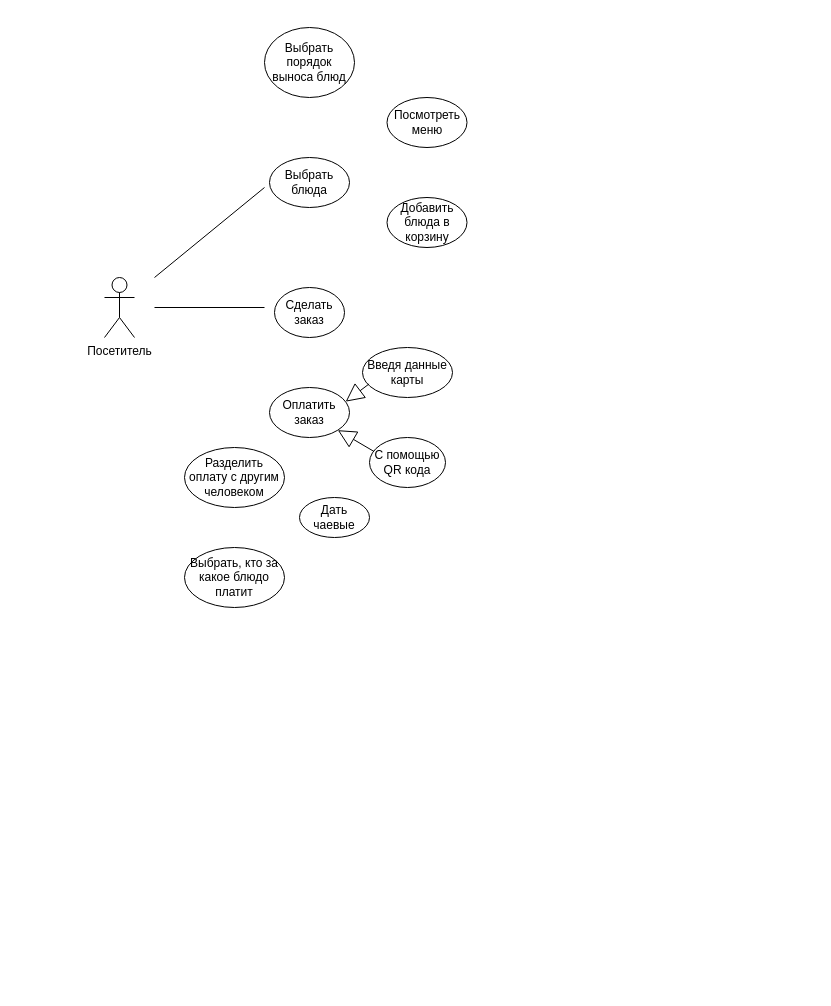
Earlier version of the draw.io diagram Диаграмма без названия.drawio (nikitaptl/works-Java-Kotlin). Source tidied: cells renumbered, new cells numbered last; positions are measured from the earlier drawing's top-left corner, leaving out a move shared by most shapes. Both pictures are drawn from the tidied source at 100%, with x=0, y=0 at pixel (104, 27).
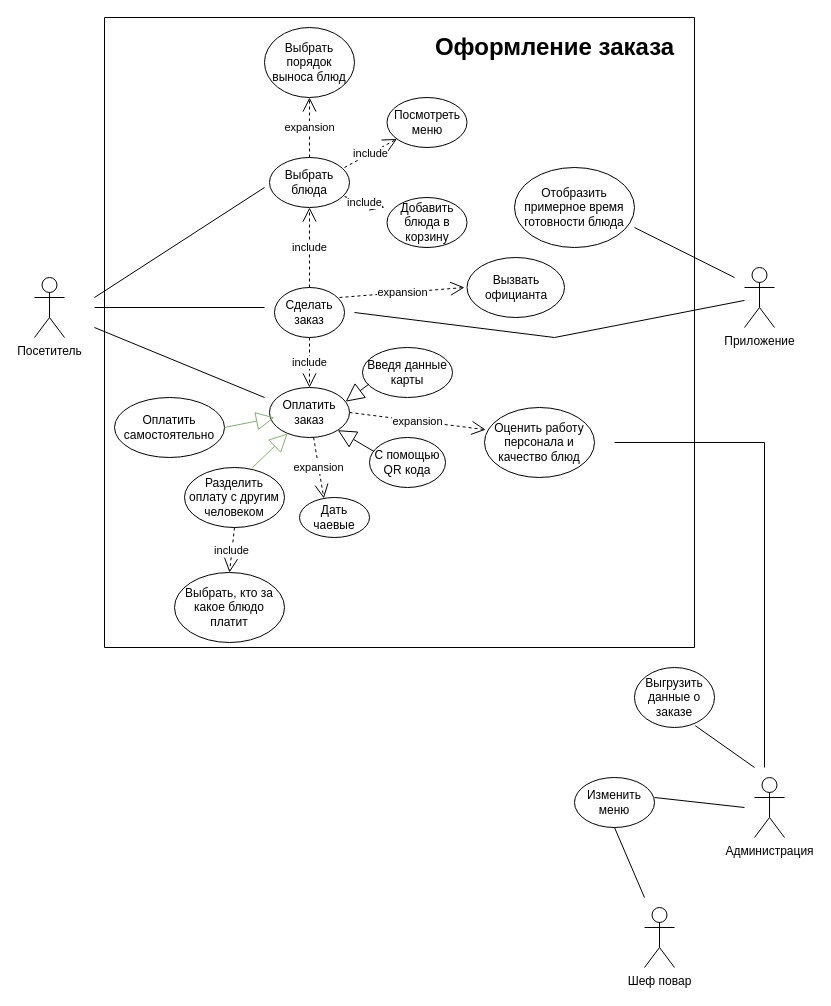
After the change.

Unchanged cells that the change refers to:
```xml
<mxCell id="3" value="Сделать заказ" style="ellipse;whiteSpace=wrap;html=1;" parent="1" vertex="1">
  <mxGeometry x="170" y="260" width="70" height="50" as="geometry" />
</mxCell>
<mxCell id="5" value="Посмотреть меню" style="ellipse;whiteSpace=wrap;html=1;" parent="1" vertex="1">
  <mxGeometry x="282.5" y="70" width="80" height="50" as="geometry" />
</mxCell>
<mxCell id="7" value="Выбрать блюда" style="ellipse;whiteSpace=wrap;html=1;" parent="1" vertex="1">
  <mxGeometry x="165" y="130" width="80" height="50" as="geometry" />
</mxCell>
<mxCell id="8" value="Добавить блюда в корзину" style="ellipse;whiteSpace=wrap;html=1;" parent="1" vertex="1">
  <mxGeometry x="282.5" y="170" width="80" height="50" as="geometry" />
</mxCell>
<mxCell id="9" value="Выбрать порядок выноса блюд" style="ellipse;whiteSpace=wrap;html=1;" parent="1" vertex="1">
  <mxGeometry x="160" width="90" height="70" as="geometry" />
</mxCell>
<mxCell id="10" value="Оплатить заказ" style="ellipse;whiteSpace=wrap;html=1;" parent="1" vertex="1">
  <mxGeometry x="165" y="360" width="80" height="50" as="geometry" />
</mxCell>
<mxCell id="15" value="Дать чаевые" style="ellipse;whiteSpace=wrap;html=1;" parent="1" vertex="1">
  <mxGeometry x="195" y="470" width="70" height="40" as="geometry" />
</mxCell>
```

Diff of the diagram source:
```diff
@@
     <mxCell id="2" value="Посетитель" style="shape=umlActor;verticalLabelPosition=bottom;verticalAlign=top;html=1;" parent="1" vertex="1">
-      <mxGeometry y="250" width="30" height="60" as="geometry" />
+      <mxGeometry x="-70" y="250" width="30" height="60" as="geometry" />
     </mxCell>
@@
     <mxCell id="4" style="endArrow=none;html=1;rounded=0;" parent="1" edge="1">
       <mxGeometry relative="1" as="geometry">
-        <mxPoint x="50" y="280" as="sourcePoint" />
+        <mxPoint x="-10" y="280" as="sourcePoint" />
         <mxPoint x="160" y="280" as="targetPoint" />
       </mxGeometry>
     </mxCell>
@@
     <mxCell id="6" style="endArrow=none;html=1;rounded=0;" parent="1" edge="1">
       <mxGeometry relative="1" as="geometry">
-        <mxPoint x="50" y="250" as="sourcePoint" />
+        <mxPoint x="-10" y="270" as="sourcePoint" />
         <mxPoint x="160" y="160" as="targetPoint" />
       </mxGeometry>
     </mxCell>
@@
     <mxCell id="16" value="Разделить оплату с другим человеком" style="ellipse;whiteSpace=wrap;html=1;" parent="1" vertex="1">
-      <mxGeometry x="80" y="420" width="100" height="60" as="geometry" />
+      <mxGeometry x="80" y="440" width="100" height="60" as="geometry" />
     </mxCell>
     <mxCell id="17" value="Выбрать, кто за какое блюдо платит" style="ellipse;whiteSpace=wrap;html=1;" parent="1" vertex="1">
-      <mxGeometry x="80" y="520" width="100" height="60" as="geometry" />
+      <mxGeometry x="70" y="545" width="110" height="70" as="geometry" />
     </mxCell>
+    <mxCell id="18" value="Вызвать официанта" style="ellipse;whiteSpace=wrap;html=1;" parent="1" vertex="1">
+      <mxGeometry x="362.5" y="230" width="97.5" height="60" as="geometry" />
+    </mxCell>
+    <mxCell id="19" value="Оценить работу персонала и качество блюд" style="ellipse;whiteSpace=wrap;html=1;" parent="1" vertex="1">
+      <mxGeometry x="380" y="380" width="110" height="70" as="geometry" />
+    </mxCell>
+    <mxCell id="20" style="verticalLabelPosition=bottom;verticalAlign=top;html=1;shape=mxgraph.basic.rect;fillColor2=none;strokeWidth=1;size=20;indent=5;opacity=0;" parent="1" vertex="1">
+      <mxGeometry y="20" width="120" height="60" as="geometry" />
+    </mxCell>
+    <mxCell id="21" style="endArrow=none;html=1;rounded=0;" parent="1" edge="1">
+      <mxGeometry relative="1" as="geometry">
+        <mxPoint x="-10" y="300" as="sourcePoint" />
+        <mxPoint x="160" y="370" as="targetPoint" />
+      </mxGeometry>
+    </mxCell>
+    <mxCell id="22" value="include" style="endArrow=open;endSize=12;dashed=1;html=1;rounded=0;exitX=0.5;exitY=1;exitDx=0;exitDy=0;" parent="1" edge="1" source="3" target="10">
+      <mxGeometry relative="1" as="geometry" />
+    </mxCell>
+    <mxCell id="23" value="include" style="endArrow=open;endSize=12;dashed=1;html=1;rounded=0;entryX=0.5;entryY=1;entryDx=0;entryDy=0;exitX=0.5;exitY=0;exitDx=0;exitDy=0;" parent="1" edge="1" source="3" target="7">
+      <mxGeometry relative="1" as="geometry" />
+    </mxCell>
+    <mxCell id="24" value="expansion" style="endArrow=open;endSize=12;dashed=1;html=1;rounded=0;entryX=0.5;entryY=1;entryDx=0;entryDy=0;exitX=0.5;exitY=0;exitDx=0;exitDy=0;" parent="1" edge="1" source="7" target="9">
+      <mxGeometry relative="1" as="geometry" />
+    </mxCell>
+    <mxCell id="25" value="include" style="endArrow=open;endSize=12;dashed=1;html=1;rounded=0;" parent="1" edge="1" target="5">
+      <mxGeometry relative="1" as="geometry">
+        <mxPoint x="240" y="140" as="sourcePoint" />
+      </mxGeometry>
+    </mxCell>
+    <mxCell id="26" value="include" style="endArrow=open;endSize=12;dashed=1;html=1;rounded=0;entryX=-0.031;entryY=0.2;entryDx=0;entryDy=0;entryPerimeter=0;" parent="1" edge="1" target="8">
+      <mxGeometry relative="1" as="geometry">
+        <mxPoint x="240" y="169.1" as="sourcePoint" />
+      </mxGeometry>
+    </mxCell>
+    <mxCell id="27" value="expansion" style="endArrow=open;endSize=12;dashed=1;html=1;rounded=0;entryX=0.011;entryY=0.317;entryDx=0;entryDy=0;exitX=1;exitY=0.5;exitDx=0;exitDy=0;entryPerimeter=0;" parent="1" edge="1" source="10" target="19">
+      <mxGeometry relative="1" as="geometry" />
+    </mxCell>
+    <mxCell id="28" value="expansion" style="endArrow=open;endSize=12;dashed=1;html=1;rounded=0;entryX=0.348;entryY=0.023;entryDx=0;entryDy=0;entryPerimeter=0;" parent="1" edge="1" source="10" target="15">
+      <mxGeometry relative="1" as="geometry" />
+    </mxCell>
+    <mxCell id="29" value="Оплатить самостоятельно" style="ellipse;whiteSpace=wrap;html=1;" parent="1" vertex="1">
+      <mxGeometry x="10" y="370" width="110" height="60" as="geometry" />
+    </mxCell>
+    <mxCell id="30" style="endArrow=block;endSize=16;endFill=0;html=1;rounded=0;exitX=1;exitY=0.5;exitDx=0;exitDy=0;fillColor=#d5e8d4;strokeColor=#82b366;" parent="1" edge="1" source="29">
+      <mxGeometry relative="1" as="geometry">
+        <mxPoint x="170" y="390" as="targetPoint" />
+      </mxGeometry>
+    </mxCell>
+    <mxCell id="31" style="endArrow=block;endSize=16;endFill=0;html=1;rounded=0;exitX=0.677;exitY=0.007;exitDx=0;exitDy=0;exitPerimeter=0;fillColor=#d5e8d4;strokeColor=#82b366;" parent="1" edge="1" source="16" target="10">
+      <mxGeometry relative="1" as="geometry" />
+    </mxCell>
+    <mxCell id="32" value="include" style="endArrow=open;endSize=12;dashed=1;html=1;rounded=0;exitX=0.5;exitY=1;exitDx=0;exitDy=0;entryX=0.5;entryY=0;entryDx=0;entryDy=0;" parent="1" edge="1" source="16" target="17">
+      <mxGeometry relative="1" as="geometry" />
+    </mxCell>
+    <mxCell id="33" value="Приложение" style="shape=umlActor;verticalLabelPosition=bottom;verticalAlign=top;html=1;outlineConnect=0;" parent="1" vertex="1">
+      <mxGeometry x="640" y="240" width="30" height="60" as="geometry" />
+    </mxCell>
+    <mxCell id="34" style="endArrow=none;html=1;rounded=0;" parent="1" edge="1" target="33">
+      <mxGeometry relative="1" as="geometry">
+        <mxPoint x="250" y="285" as="sourcePoint" />
+        <Array as="points">
+          <mxPoint x="450" y="310" />
+        </Array>
+      </mxGeometry>
+    </mxCell>
+    <mxCell id="35" value="Администрация" style="shape=umlActor;verticalLabelPosition=bottom;verticalAlign=top;html=1;" parent="1" vertex="1">
+      <mxGeometry x="650" y="750" width="30" height="60" as="geometry" />
+    </mxCell>
+    <mxCell id="36" value="Изменить меню" style="ellipse;whiteSpace=wrap;html=1;" parent="1" vertex="1">
+      <mxGeometry x="470" y="750" width="80" height="50" as="geometry" />
+    </mxCell>
+    <mxCell id="37" value="Шеф повар" style="shape=umlActor;verticalLabelPosition=bottom;verticalAlign=top;html=1;" parent="1" vertex="1">
+      <mxGeometry x="540" y="880" width="30" height="60" as="geometry" />
+    </mxCell>
+    <mxCell id="38" value="Выгрузить данные о заказе" style="ellipse;whiteSpace=wrap;html=1;" parent="1" vertex="1">
+      <mxGeometry x="530" y="640" width="80" height="60" as="geometry" />
+    </mxCell>
+    <mxCell id="39" style="endArrow=none;html=1;rounded=0;" parent="1" edge="1">
+      <mxGeometry relative="1" as="geometry">
+        <mxPoint x="550" y="770" as="sourcePoint" />
+        <mxPoint x="640" y="780" as="targetPoint" />
+      </mxGeometry>
+    </mxCell>
+    <mxCell id="40" style="endArrow=none;html=1;rounded=0;entryX=0.5;entryY=1;entryDx=0;entryDy=0;" parent="1" edge="1" target="36">
+      <mxGeometry relative="1" as="geometry">
+        <mxPoint x="540" y="870" as="sourcePoint" />
+      </mxGeometry>
+    </mxCell>
+    <mxCell id="41" style="endArrow=none;html=1;rounded=0;exitX=0.76;exitY=0.97;exitDx=0;exitDy=0;exitPerimeter=0;" parent="1" edge="1" source="38">
+      <mxGeometry relative="1" as="geometry">
+        <mxPoint x="650" y="740" as="targetPoint" />
+      </mxGeometry>
+    </mxCell>
+    <mxCell id="42" style="endArrow=none;html=1;rounded=0;" parent="1" edge="1">
+      <mxGeometry relative="1" as="geometry">
+        <mxPoint x="660" y="740" as="sourcePoint" />
+        <mxPoint x="510" y="415" as="targetPoint" />
+        <Array as="points">
+          <mxPoint x="660" y="415" />
+        </Array>
+      </mxGeometry>
+    </mxCell>
+    <mxCell id="43" value="expansion" style="endArrow=open;endSize=12;dashed=1;html=1;rounded=0;" parent="1" edge="1">
+      <mxGeometry relative="1" as="geometry">
+        <mxPoint x="235" y="270" as="sourcePoint" />
+        <mxPoint x="360" y="260" as="targetPoint" />
+      </mxGeometry>
+    </mxCell>
+    <mxCell id="44" value="Отобразить примерное время готовности блюда" style="ellipse;whiteSpace=wrap;html=1;" parent="1" vertex="1">
+      <mxGeometry x="410" y="140" width="120" height="80" as="geometry" />
+    </mxCell>
+    <mxCell id="45" style="endArrow=none;html=1;rounded=0;exitX=1;exitY=0.75;exitDx=0;exitDy=0;exitPerimeter=0;" parent="1" edge="1" source="44">
+      <mxGeometry relative="1" as="geometry">
+        <mxPoint x="630" y="250" as="targetPoint" />
+      </mxGeometry>
+    </mxCell>
+    <mxCell id="46" style="endArrow=none;html=1;rounded=0;" parent="1" edge="1">
+      <mxGeometry relative="1" as="geometry">
+        <mxPoint x="590" y="-10" as="sourcePoint" />
+        <mxPoint x="590" y="-10" as="targetPoint" />
+        <Array as="points">
+          <mxPoint y="-10" />
+          <mxPoint y="620" />
+          <mxPoint x="590" y="620" />
+        </Array>
+      </mxGeometry>
+    </mxCell>
+    <mxCell id="47" value="Оформление заказа" style="text;strokeColor=none;fillColor=none;html=1;fontSize=24;fontStyle=1;verticalAlign=middle;align=center;" parent="1" vertex="1">
+      <mxGeometry x="400" width="100" height="40" as="geometry" />
+    </mxCell>
```
